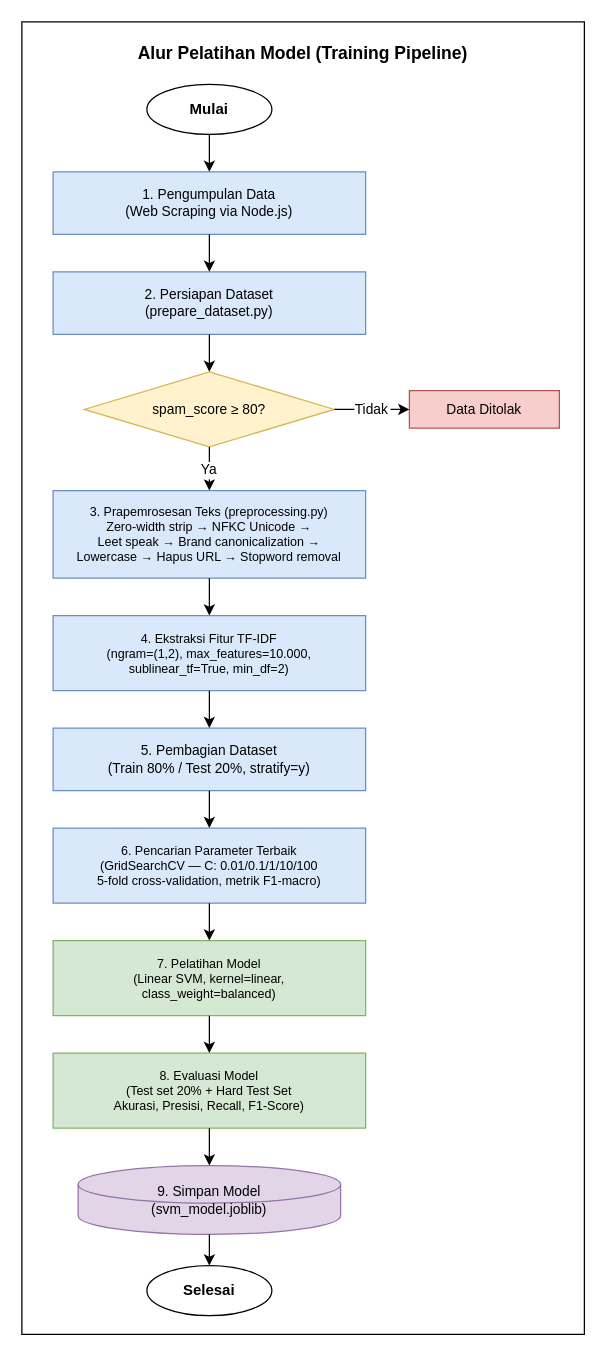
The draw.io diagram diagram/training_pipeline_v2.drawio in yusufwdn/judol-detector, before the edit. Source tidied: cells renumbered, new cells numbered last; positions are measured from the earlier drawing's top-left corner, leaving out a move shared by most shapes. Both pictures are drawn from the tidied source at 125%, with x=0, y=0 at pixel (21, 21).
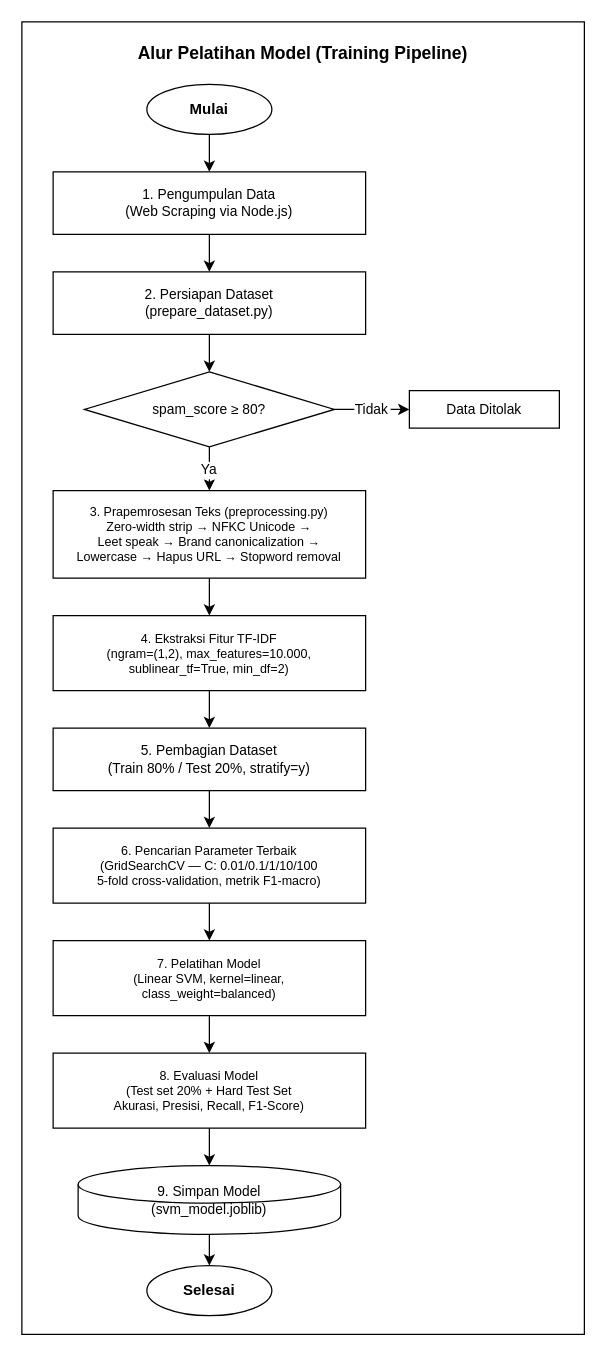
After the change.

Commit message (it also covers changes not shown here):
Add activity diagram and update training pipeline diagrams

Change to the diagram source:
```diff
@@
-    <mxCell id="2" style="rounded=0;whiteSpace=wrap;html=1;fillColor=light-dark(#ffffff, #ffffff);strokeColor=default;" parent="1" vertex="1">
+    <mxCell id="2" style="rounded=0;whiteSpace=wrap;html=1;" parent="1" vertex="1">
       <mxGeometry width="450" height="1050" as="geometry" />
     </mxCell>
-    <mxCell id="3" value="Alur Pelatihan Model (Training Pipeline)" style="text;html=1;strokeColor=none;fillColor=none;align=center;verticalAlign=middle;whiteSpace=wrap;rounded=0;fontSize=14;fontStyle=1;" parent="1" vertex="1">
+    <mxCell id="3" value="Alur Pelatihan Model (Training Pipeline)" style="text;html=1;align=center;verticalAlign=middle;whiteSpace=wrap;rounded=0;fontSize=14;fontStyle=1;strokeWidth=0;" parent="1" vertex="1">
       <mxGeometry x="25" y="10" width="400" height="30" as="geometry" />
     </mxCell>
-    <mxCell id="4" value="Mulai" style="ellipse;whiteSpace=wrap;html=1;fillColor=light-dark(#ffffff, #ededed);fontColor=default;strokeColor=#000000;fontSize=12;fontStyle=1;" parent="1" vertex="1">
+    <mxCell id="4" value="Mulai" style="ellipse;whiteSpace=wrap;html=1;fontSize=12;fontStyle=1;" parent="1" vertex="1">
       <mxGeometry x="100" y="50" width="100" height="40" as="geometry" />
     </mxCell>
-    <mxCell id="5" value="1. Pengumpulan Data&#10;(Web Scraping via Node.js)" style="rounded=0;whiteSpace=wrap;html=1;fillColor=#dae8fc;strokeColor=#6c8ebf;fontSize=11;" parent="1" vertex="1">
+    <mxCell id="5" value="1. Pengumpulan Data&#10;(Web Scraping via Node.js)" style="rounded=0;whiteSpace=wrap;html=1;fontSize=11;" parent="1" vertex="1">
       <mxGeometry x="25" y="120" width="250" height="50" as="geometry" />
     </mxCell>
-    <mxCell id="6" value="2. Persiapan Dataset&#10;(prepare_dataset.py)" style="rounded=0;whiteSpace=wrap;html=1;fillColor=#dae8fc;strokeColor=#6c8ebf;fontSize=11;" parent="1" vertex="1">
+    <mxCell id="6" value="2. Persiapan Dataset&#10;(prepare_dataset.py)" style="rounded=0;whiteSpace=wrap;html=1;fontSize=11;" parent="1" vertex="1">
       <mxGeometry x="25" y="200" width="250" height="50" as="geometry" />
     </mxCell>
-    <mxCell id="7" value="spam_score ≥ 80?" style="rhombus;whiteSpace=wrap;html=1;fillColor=#fff2cc;strokeColor=#d6b656;fontSize=11;" parent="1" vertex="1">
+    <mxCell id="7" value="spam_score ≥ 80?" style="rhombus;whiteSpace=wrap;html=1;fontSize=11;" parent="1" vertex="1">
       <mxGeometry x="50" y="280" width="200" height="60" as="geometry" />
     </mxCell>
-    <mxCell id="8" value="Data Ditolak" style="rounded=0;whiteSpace=wrap;html=1;fillColor=#f8cecc;strokeColor=#b85450;fontSize=11;" parent="1" vertex="1">
+    <mxCell id="8" value="Data Ditolak" style="rounded=0;whiteSpace=wrap;html=1;fontSize=11;" parent="1" vertex="1">
       <mxGeometry x="310" y="295" width="120" height="30" as="geometry" />
     </mxCell>
-    <mxCell id="9" value="3. Prapemrosesan Teks (preprocessing.py)&#10;Zero-width strip → NFKC Unicode →&#10;Leet speak → Brand canonicalization →&#10;Lowercase → Hapus URL → Stopword removal" style="rounded=0;whiteSpace=wrap;html=1;fillColor=#dae8fc;strokeColor=#6c8ebf;fontSize=10;" parent="1" vertex="1">
+    <mxCell id="9" value="3. Prapemrosesan Teks (preprocessing.py)&#10;Zero-width strip → NFKC Unicode →&#10;Leet speak → Brand canonicalization →&#10;Lowercase → Hapus URL → Stopword removal" style="rounded=0;whiteSpace=wrap;html=1;fontSize=10;" parent="1" vertex="1">
       <mxGeometry x="25" y="375" width="250" height="70" as="geometry" />
     </mxCell>
-    <mxCell id="10" value="4. Ekstraksi Fitur TF-IDF&#10;(ngram=(1,2), max_features=10.000,&#10;sublinear_tf=True, min_df=2)" style="rounded=0;whiteSpace=wrap;html=1;fillColor=#dae8fc;strokeColor=#6c8ebf;fontSize=10;" parent="1" vertex="1">
+    <mxCell id="10" value="4. Ekstraksi Fitur TF-IDF&#10;(ngram=(1,2), max_features=10.000,&#10;sublinear_tf=True, min_df=2)" style="rounded=0;whiteSpace=wrap;html=1;fontSize=10;" parent="1" vertex="1">
       <mxGeometry x="25" y="475" width="250" height="60" as="geometry" />
     </mxCell>
-    <mxCell id="11" value="5. Pembagian Dataset&#10;(Train 80% / Test 20%, stratify=y)" style="rounded=0;whiteSpace=wrap;html=1;fillColor=#dae8fc;strokeColor=#6c8ebf;fontSize=11;" parent="1" vertex="1">
+    <mxCell id="11" value="5. Pembagian Dataset&#10;(Train 80% / Test 20%, stratify=y)" style="rounded=0;whiteSpace=wrap;html=1;fontSize=11;" parent="1" vertex="1">
       <mxGeometry x="25" y="565" width="250" height="50" as="geometry" />
     </mxCell>
-    <mxCell id="12" value="6. Pencarian Parameter Terbaik&#10;(GridSearchCV — C: 0.01/0.1/1/10/100&#10;5-fold cross-validation, metrik F1-macro)" style="rounded=0;whiteSpace=wrap;html=1;fillColor=#dae8fc;strokeColor=#6c8ebf;fontSize=10;" parent="1" vertex="1">
+    <mxCell id="12" value="6. Pencarian Parameter Terbaik&#10;(GridSearchCV — C: 0.01/0.1/1/10/100&#10;5-fold cross-validation, metrik F1-macro)" style="rounded=0;whiteSpace=wrap;html=1;fontSize=10;" parent="1" vertex="1">
       <mxGeometry x="25" y="645" width="250" height="60" as="geometry" />
     </mxCell>
-    <mxCell id="13" value="7. Pelatihan Model&#10;(Linear SVM, kernel=linear,&#10;class_weight=balanced)" style="rounded=0;whiteSpace=wrap;html=1;fillColor=#d5e8d4;strokeColor=#82b366;fontSize=10;" parent="1" vertex="1">
+    <mxCell id="13" value="7. Pelatihan Model&#10;(Linear SVM, kernel=linear,&#10;class_weight=balanced)" style="rounded=0;whiteSpace=wrap;html=1;fontSize=10;" parent="1" vertex="1">
       <mxGeometry x="25" y="735" width="250" height="60" as="geometry" />
     </mxCell>
-    <mxCell id="14" value="8. Evaluasi Model&#10;(Test set 20% + Hard Test Set&#10;Akurasi, Presisi, Recall, F1-Score)" style="rounded=0;whiteSpace=wrap;html=1;fillColor=#d5e8d4;strokeColor=#82b366;fontSize=10;" parent="1" vertex="1">
+    <mxCell id="14" value="8. Evaluasi Model&#10;(Test set 20% + Hard Test Set&#10;Akurasi, Presisi, Recall, F1-Score)" style="rounded=0;whiteSpace=wrap;html=1;fontSize=10;" parent="1" vertex="1">
       <mxGeometry x="25" y="825" width="250" height="60" as="geometry" />
     </mxCell>
-    <mxCell id="15" value="9. Simpan Model&#10;(svm_model.joblib)" style="shape=cylinder3;whiteSpace=wrap;html=1;fillColor=#e1d5e7;strokeColor=#9673a6;fontSize=11;" parent="1" vertex="1">
+    <mxCell id="15" value="9. Simpan Model&#10;(svm_model.joblib)" style="shape=cylinder3;whiteSpace=wrap;html=1;fontSize=11;" parent="1" vertex="1">
       <mxGeometry x="45" y="915" width="210" height="55" as="geometry" />
     </mxCell>
-    <mxCell id="16" value="Selesai" style="ellipse;whiteSpace=wrap;html=1;fillColor=default;fontColor=default;strokeColor=#000000;fontSize=12;fontStyle=1;" parent="1" vertex="1">
+    <mxCell id="16" value="Selesai" style="ellipse;whiteSpace=wrap;html=1;fontSize=12;fontStyle=1;" parent="1" vertex="1">
       <mxGeometry x="100" y="995" width="100" height="40" as="geometry" />
     </mxCell>
```
